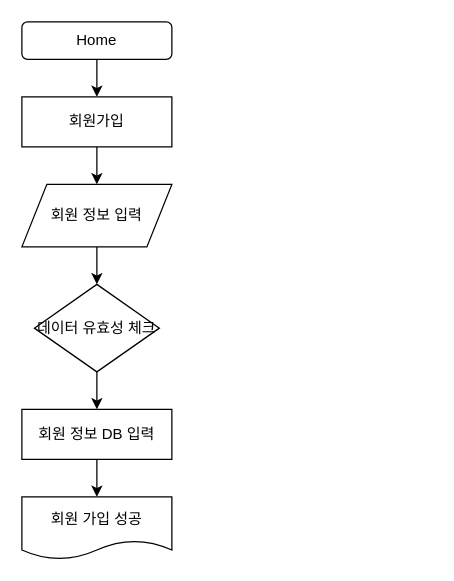
Above: Untitled Diagram.drawio in GeonWooPaeng/Diagram (draw.io), before the change. Source tidied: cells renumbered, new cells numbered last; positions are measured from the earlier drawing's top-left corner, leaving out a move shared by most shapes. Both pictures are drawn from the tidied source at 125%, with x=0, y=0 at pixel (21, 21).
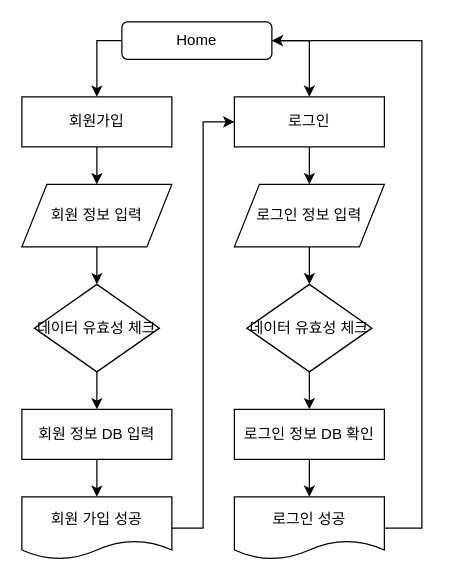
The same diagram, later.

Unchanged cells that the change refers to:
```xml
<mxCell id="12" value="회원 가입 성공" style="shape=document;whiteSpace=wrap;html=1;boundedLbl=1;" parent="1" vertex="1">
  <mxGeometry y="380" width="120" height="50" as="geometry" />
</mxCell>
```

Change to the diagram source:
```diff
@@
+    <mxCell id="13" style="edgeStyle=orthogonalEdgeStyle;rounded=0;jettySize=auto;html=1;" parent="1" edge="1" source="3">
+      <mxGeometry relative="1" as="geometry">
+        <mxPoint x="230" y="60" as="targetPoint" />
+        <Array as="points">
+          <mxPoint x="230" y="15" />
+          <mxPoint x="230" y="60" />
+        </Array>
+      </mxGeometry>
+    </mxCell>
     <mxCell id="3" value="Home" style="rounded=1;whiteSpace=wrap;html=1;fontSize=12;glass=0;strokeWidth=1;shadow=0;" parent="1" vertex="1">
-      <mxGeometry width="120" height="30" as="geometry" />
+      <mxGeometry x="80" width="120" height="30" as="geometry" />
     </mxCell>
@@
+    <mxCell id="14" style="edgeStyle=orthogonalEdgeStyle;rounded=0;jettySize=auto;html=1;entryX=0;entryY=0.5;entryDx=0;entryDy=0;" parent="1" edge="1" source="12" target="16">
+      <mxGeometry relative="1" as="geometry" />
+    </mxCell>
@@
+    <mxCell id="15" style="edgeStyle=orthogonalEdgeStyle;rounded=0;jettySize=auto;html=1;" parent="1" edge="1" source="16">
+      <mxGeometry relative="1" as="geometry">
+        <mxPoint x="230" y="130" as="targetPoint" />
+      </mxGeometry>
+    </mxCell>
+    <mxCell id="16" value="로그인" style="rounded=0;whiteSpace=wrap;html=1;" parent="1" vertex="1">
+      <mxGeometry x="170" y="60" width="120" height="40" as="geometry" />
+    </mxCell>
+    <mxCell id="17" style="edgeStyle=orthogonalEdgeStyle;rounded=0;jettySize=auto;html=1;" parent="1" edge="1" source="18">
+      <mxGeometry relative="1" as="geometry">
+        <mxPoint x="230" y="210" as="targetPoint" />
+      </mxGeometry>
+    </mxCell>
+    <mxCell id="18" value="로그인 정보 입력" style="shape=parallelogram;perimeter=parallelogramPerimeter;whiteSpace=wrap;html=1;fixedSize=1;" parent="1" vertex="1">
+      <mxGeometry x="170" y="130" width="120" height="50" as="geometry" />
+    </mxCell>
+    <mxCell id="19" style="edgeStyle=orthogonalEdgeStyle;rounded=0;jettySize=auto;html=1;" parent="1" edge="1" source="20">
+      <mxGeometry relative="1" as="geometry">
+        <mxPoint x="230" y="310" as="targetPoint" />
+      </mxGeometry>
+    </mxCell>
+    <mxCell id="20" value="데이터 유효성 체크" style="rhombus;whiteSpace=wrap;html=1;" parent="1" vertex="1">
+      <mxGeometry x="180" y="210" width="100" height="70" as="geometry" />
+    </mxCell>
+    <mxCell id="21" style="edgeStyle=orthogonalEdgeStyle;rounded=0;jettySize=auto;html=1;" parent="1" edge="1" source="22">
+      <mxGeometry relative="1" as="geometry">
+        <mxPoint x="230" y="380" as="targetPoint" />
+      </mxGeometry>
+    </mxCell>
+    <mxCell id="22" value="로그인 정보 DB 확인" style="rounded=0;whiteSpace=wrap;html=1;" parent="1" vertex="1">
+      <mxGeometry x="170" y="310" width="120" height="40" as="geometry" />
+    </mxCell>
+    <mxCell id="23" style="edgeStyle=orthogonalEdgeStyle;rounded=0;jettySize=auto;html=1;entryX=1;entryY=0.5;entryDx=0;entryDy=0;" parent="1" edge="1" source="24" target="3">
+      <mxGeometry relative="1" as="geometry">
+        <Array as="points">
+          <mxPoint x="320" y="405" />
+          <mxPoint x="320" y="15" />
+        </Array>
+      </mxGeometry>
+    </mxCell>
+    <mxCell id="24" value="로그인 성공" style="shape=document;whiteSpace=wrap;html=1;boundedLbl=1;" parent="1" vertex="1">
+      <mxGeometry x="170" y="380" width="120" height="50" as="geometry" />
+    </mxCell>
```
